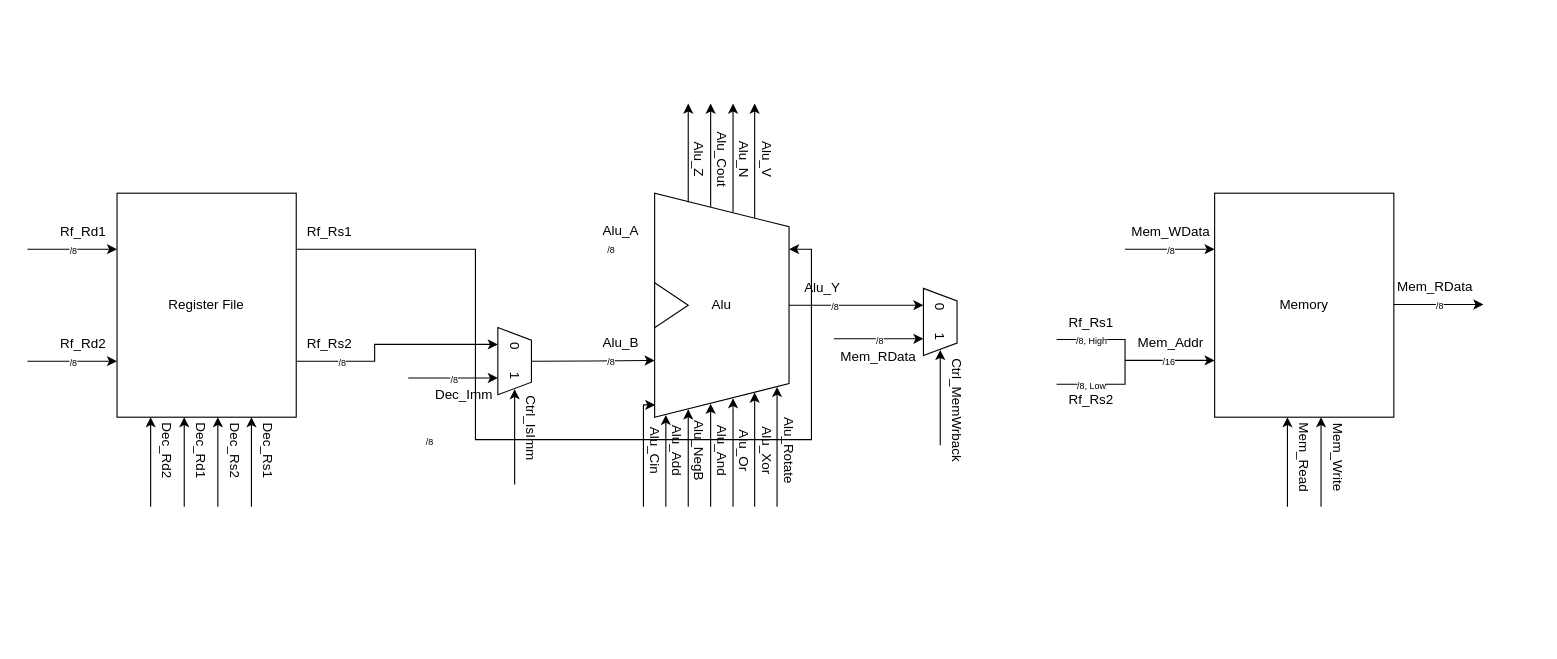
This is docs/block/MISA-Block-Diagram.drawio from JonathanUhler/MISA, a draw.io file, before an edit. Source tidied: cells renumbered, new cells numbered last; positions are measured from the earlier drawing's top-left corner, leaving out a move shared by most shapes. Both pictures are drawn from the tidied source at 112%, with x=0, y=0 at pixel (27, 103).
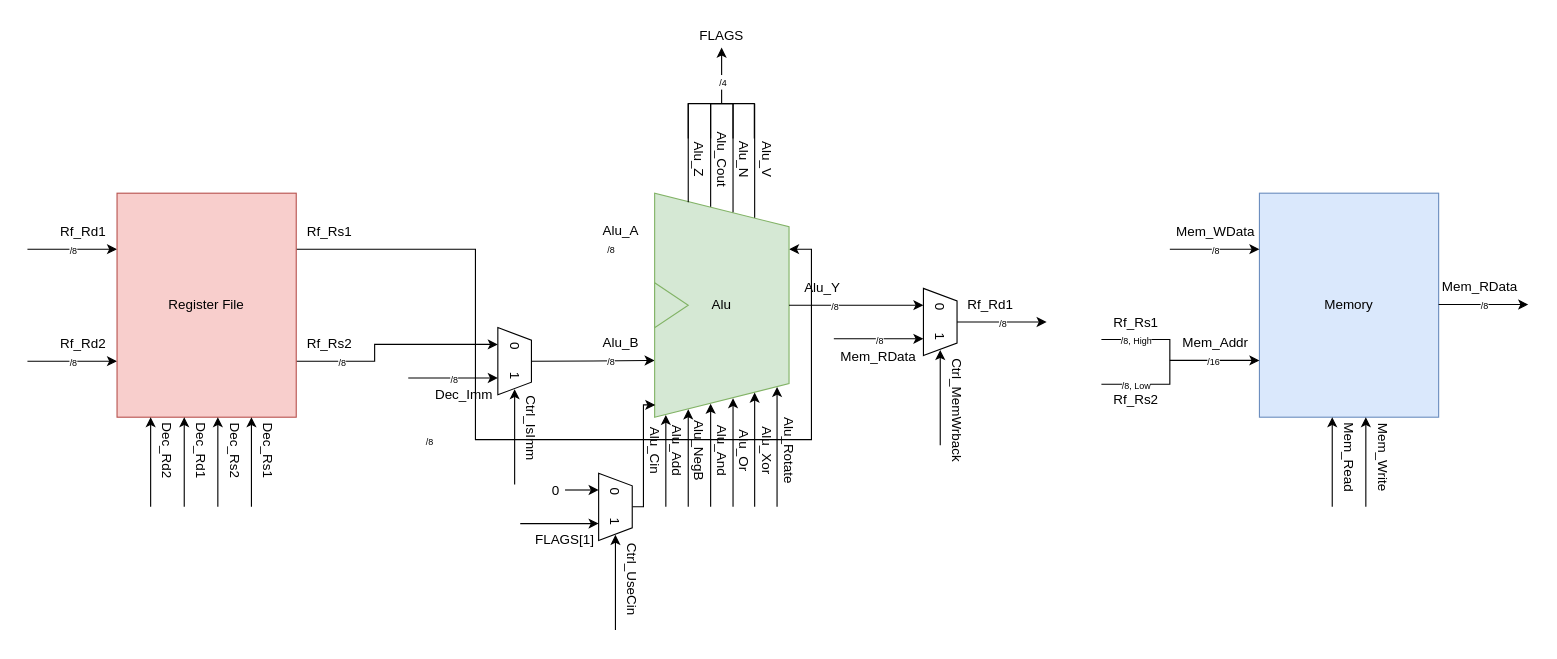
The same page after the edit.

Commit message:
work on arch diagram

The change refers to these unchanged cells:
```xml
<mxCell id="28" style="group;" parent="1" vertex="1">
  <mxGeometry x="560" y="80" width="120" height="200" as="geometry" />
</mxCell>
```

What changed in the source:
```diff
@@
-    <mxCell id="7" value="Register File" style="rounded=0;whiteSpace=wrap;html=1;" parent="1" vertex="1">
+    <mxCell id="7" value="Register File" style="rounded=0;whiteSpace=wrap;html=1;fillColor=#f8cecc;strokeColor=#b85450;" parent="1" vertex="1">
       <mxGeometry x="80" y="80" width="160" height="200" as="geometry" />
     </mxCell>
@@
-    <mxCell id="29" style="verticalLabelPosition=middle;verticalAlign=middle;html=1;shape=trapezoid;perimeter=trapezoidPerimeter;whiteSpace=wrap;size=0.15000000000000002;arcSize=10;flipV=1;labelPosition=center;align=center;legacyAnchorPoints=0;rotation=-90;strokeWidth=1;" parent="28" vertex="1">
+    <mxCell id="29" style="verticalLabelPosition=middle;verticalAlign=middle;html=1;shape=trapezoid;perimeter=trapezoidPerimeter;whiteSpace=wrap;size=0.15000000000000002;arcSize=10;flipV=1;labelPosition=center;align=center;legacyAnchorPoints=0;rotation=-90;strokeWidth=1;fillColor=#d5e8d4;strokeColor=#82b366;" parent="28" vertex="1">
       <mxGeometry x="-40" y="40" width="200" height="120" as="geometry" />
     </mxCell>
-    <mxCell id="30" style="triangle;whiteSpace=wrap;html=1;rotation=0;strokeWidth=1;" parent="28" vertex="1">
+    <mxCell id="30" style="triangle;whiteSpace=wrap;html=1;rotation=0;strokeWidth=1;fillColor=#d5e8d4;strokeColor=#82b366;" parent="28" vertex="1">
       <mxGeometry y="80" width="30" height="40" as="geometry" />
     </mxCell>
@@
-    <mxCell id="37" style="edgeStyle=orthogonalEdgeStyle;rounded=0;orthogonalLoop=1;jettySize=auto;html=1;exitX=0.25;exitY=1;exitDx=0;exitDy=0;startArrow=classic;startFill=1;endArrow=none;endFill=0;" parent="1" edge="1">
+    <mxCell id="37" style="edgeStyle=orthogonalEdgeStyle;rounded=0;jettySize=auto;html=1;exitX=0.25;exitY=1;exitDx=0;exitDy=0;startArrow=classic;startFill=1;endArrow=none;endFill=0;entryX=0.5;entryY=0;entryDx=0;entryDy=0;" parent="1" edge="1" target="101">
       <mxGeometry relative="1" as="geometry">
         <mxPoint x="560.6" y="269" as="sourcePoint" />
-        <mxPoint x="550" y="360" as="targetPoint" />
         <Array as="points">
           <mxPoint x="550" y="269" />
+          <mxPoint x="550" y="360" />
         </Array>
       </mxGeometry>
     </mxCell>
@@
-    <mxCell id="49" value="Memory" style="rounded=0;whiteSpace=wrap;html=1;" parent="1" vertex="1">
-      <mxGeometry x="1060" y="80" width="160" height="200" as="geometry" />
+    <mxCell id="49" value="Memory" style="rounded=0;whiteSpace=wrap;html=1;fillColor=#dae8fc;strokeColor=#6c8ebf;" parent="1" vertex="1">
+      <mxGeometry x="1100" y="80" width="160" height="200" as="geometry" />
     </mxCell>
     <mxCell id="50" style="edgeStyle=orthogonalEdgeStyle;rounded=0;orthogonalLoop=1;jettySize=auto;html=1;exitX=0;exitY=0.75;exitDx=0;exitDy=0;endArrow=none;endFill=0;startArrow=classic;startFill=1;" parent="1" edge="1">
       <mxGeometry relative="1" as="geometry">
-        <mxPoint x="1060" y="130" as="sourcePoint" />
-        <mxPoint x="980" y="130" as="targetPoint" />
+        <mxPoint x="1100" y="130" as="sourcePoint" />
+        <mxPoint x="1020" y="130" as="targetPoint" />
       </mxGeometry>
     </mxCell>
     <mxCell id="51" value="Mem_WData" style="text;html=1;whiteSpace=wrap;strokeColor=none;fillColor=none;align=center;verticalAlign=middle;rounded=0;" parent="1" vertex="1">
-      <mxGeometry x="991" y="100" width="60" height="30" as="geometry" />
+      <mxGeometry x="1031" y="100" width="60" height="30" as="geometry" />
     </mxCell>
     <mxCell id="52" value="&lt;font style=&quot;font-size: 8px;&quot;&gt;/8&lt;/font&gt;" style="edgeLabel;html=1;align=center;verticalAlign=middle;" parent="1" vertex="1">
-      <mxGeometry x="1020.6" y="130" as="geometry" />
+      <mxGeometry x="1060.6" y="130" as="geometry" />
     </mxCell>
     <mxCell id="53" style="edgeStyle=orthogonalEdgeStyle;rounded=0;orthogonalLoop=1;jettySize=auto;html=1;exitX=0;exitY=0.75;exitDx=0;exitDy=0;endArrow=none;endFill=0;startArrow=classic;startFill=1;" parent="1" edge="1">
       <mxGeometry relative="1" as="geometry">
-        <mxPoint x="1060" y="229.3" as="sourcePoint" />
-        <mxPoint x="980" y="229.3" as="targetPoint" />
+        <mxPoint x="1100" y="229.3" as="sourcePoint" />
+        <mxPoint x="1020" y="229.3" as="targetPoint" />
       </mxGeometry>
     </mxCell>
     <mxCell id="54" value="Mem_Addr" style="text;html=1;whiteSpace=wrap;strokeColor=none;fillColor=none;align=center;verticalAlign=middle;rounded=0;" parent="1" vertex="1">
-      <mxGeometry x="991" y="199.3" width="60" height="30" as="geometry" />
+      <mxGeometry x="1031" y="199.3" width="60" height="30" as="geometry" />
     </mxCell>
     <mxCell id="55" value="&lt;font style=&quot;font-size: 8px;&quot;&gt;/16&lt;/font&gt;" style="edgeLabel;html=1;align=center;verticalAlign=middle;" parent="1" vertex="1">
-      <mxGeometry x="1020.6" y="234.3" as="geometry">
+      <mxGeometry x="1060.6" y="234.3" as="geometry">
         <mxPoint x="-2" y="-5" as="offset" />
       </mxGeometry>
     </mxCell>
     <mxCell id="56" style="edgeStyle=orthogonalEdgeStyle;rounded=0;orthogonalLoop=1;jettySize=auto;html=1;exitX=0;exitY=0.75;exitDx=0;exitDy=0;endArrow=none;endFill=0;startArrow=classic;startFill=1;" parent="1" edge="1">
       <mxGeometry relative="1" as="geometry">
-        <mxPoint x="1300" y="179.4" as="sourcePoint" />
-        <mxPoint x="1220" y="179.4" as="targetPoint" />
+        <mxPoint x="1340" y="179.4" as="sourcePoint" />
+        <mxPoint x="1260" y="179.4" as="targetPoint" />
       </mxGeometry>
     </mxCell>
     <mxCell id="57" value="Mem_RData" style="text;html=1;whiteSpace=wrap;strokeColor=none;fillColor=none;align=center;verticalAlign=middle;rounded=0;" parent="1" vertex="1">
-      <mxGeometry x="1227" y="149.4" width="60" height="30" as="geometry" />
+      <mxGeometry x="1267" y="149.4" width="60" height="30" as="geometry" />
     </mxCell>
     <mxCell id="58" value="&lt;font style=&quot;font-size: 8px;&quot;&gt;/8&lt;/font&gt;" style="edgeLabel;html=1;align=center;verticalAlign=middle;" parent="1" vertex="1">
-      <mxGeometry x="1260.6" y="179.4" as="geometry" />
+      <mxGeometry x="1300.6" y="179.4" as="geometry" />
     </mxCell>
     <mxCell id="59" style="endArrow=classic;html=1;rounded=0;" parent="1" edge="1">
       <mxGeometry relative="1" as="geometry">
-        <mxPoint x="1125" y="360" as="sourcePoint" />
-        <mxPoint x="1125" y="280" as="targetPoint" />
+        <mxPoint x="1165" y="360" as="sourcePoint" />
+        <mxPoint x="1165" y="280" as="targetPoint" />
       </mxGeometry>
     </mxCell>
     <mxCell id="60" value="Mem_Read" style="text;html=1;whiteSpace=wrap;strokeColor=none;fillColor=none;align=center;verticalAlign=middle;rounded=0;rotation=90;" parent="1" vertex="1">
-      <mxGeometry x="1110" y="301" width="60" height="30" as="geometry" />
+      <mxGeometry x="1150" y="301" width="60" height="30" as="geometry" />
     </mxCell>
     <mxCell id="61" style="endArrow=classic;html=1;rounded=0;" parent="1" edge="1">
       <mxGeometry relative="1" as="geometry">
-        <mxPoint x="1155" y="360" as="sourcePoint" />
-        <mxPoint x="1155" y="280" as="targetPoint" />
+        <mxPoint x="1195" y="360" as="sourcePoint" />
+        <mxPoint x="1195" y="280" as="targetPoint" />
       </mxGeometry>
     </mxCell>
     <mxCell id="62" value="Mem_Write" style="text;html=1;whiteSpace=wrap;strokeColor=none;fillColor=none;align=center;verticalAlign=middle;rounded=0;rotation=90;" parent="1" vertex="1">
-      <mxGeometry x="1140" y="301" width="60" height="30" as="geometry" />
+      <mxGeometry x="1180" y="301" width="60" height="30" as="geometry" />
     </mxCell>
@@
-    <mxCell id="66" style="endArrow=classic;html=1;rounded=0;" parent="1" edge="1">
+    <mxCell id="66" style="endArrow=none;html=1;rounded=0;endFill=0;" parent="1" edge="1">
       <mxGeometry relative="1" as="geometry">
         <mxPoint x="590" y="88" as="sourcePoint" />
         <mxPoint x="590" as="targetPoint" />
       </mxGeometry>
     </mxCell>
-    <mxCell id="67" style="endArrow=classic;html=1;rounded=0;" parent="1" edge="1">
+    <mxCell id="67" style="endArrow=none;html=1;rounded=0;endFill=0;" parent="1" edge="1">
       <mxGeometry relative="1" as="geometry">
         <mxPoint x="610" y="92" as="sourcePoint" />
         <mxPoint x="610" as="targetPoint" />
       </mxGeometry>
     </mxCell>
-    <mxCell id="68" style="endArrow=classic;html=1;rounded=0;" parent="1" edge="1">
+    <mxCell id="68" style="endArrow=none;html=1;rounded=0;endFill=0;" parent="1" edge="1">
       <mxGeometry relative="1" as="geometry">
         <mxPoint x="630" y="97" as="sourcePoint" />
         <mxPoint x="630" as="targetPoint" />
       </mxGeometry>
     </mxCell>
-    <mxCell id="69" style="endArrow=classic;html=1;rounded=0;" parent="1" edge="1">
+    <mxCell id="69" style="endArrow=none;html=1;rounded=0;endFill=0;" parent="1" edge="1">
       <mxGeometry relative="1" as="geometry">
         <mxPoint x="649.3" y="102" as="sourcePoint" />
         <mxPoint x="649.3" as="targetPoint" />
       </mxGeometry>
     </mxCell>
@@
-    <mxCell id="74" style="group;" parent="1" vertex="1">
-      <mxGeometry x="420" y="200" width="30" height="140" as="geometry" />
-    </mxCell>
-    <mxCell id="75" style="endArrow=classic;html=1;rounded=0;" parent="74" edge="1">
-      <mxGeometry relative="1" as="geometry">
-        <mxPoint x="15" y="140" as="sourcePoint" />
-        <mxPoint x="15" y="55" as="targetPoint" />
-      </mxGeometry>
-    </mxCell>
-    <mxCell id="76" style="group;" parent="74" vertex="1">
-      <mxGeometry width="30" height="60" as="geometry" />
-    </mxCell>
-    <mxCell id="77" style="verticalLabelPosition=middle;verticalAlign=middle;html=1;shape=trapezoid;perimeter=trapezoidPerimeter;whiteSpace=wrap;size=0.18749999999999858;arcSize=10;flipV=1;labelPosition=center;align=center;legacyAnchorPoints=0;rotation=-90;" parent="76" vertex="1">
-      <mxGeometry x="-15" y="15" width="60" height="30" as="geometry" />
-    </mxCell>
-    <mxCell id="78" value="0&lt;span style=&quot;white-space: pre;&quot;&gt;&#9;&lt;/span&gt;1" style="text;html=1;whiteSpace=wrap;strokeColor=none;fillColor=none;align=center;verticalAlign=middle;rounded=0;rotation=90;" parent="76" vertex="1">
-      <mxGeometry x="-15" y="15" width="60" height="30" as="geometry" />
-    </mxCell>
     <mxCell id="79" style="group;" parent="1" vertex="1">
-      <mxGeometry x="800" y="165" width="80" height="140" as="geometry" />
+      <mxGeometry x="800" y="165" width="110" height="140" as="geometry" />
     </mxCell>
@@
+    <mxCell id="94" style="edgeStyle=orthogonalEdgeStyle;rounded=0;orthogonalLoop=1;jettySize=auto;html=1;exitX=0;exitY=0.25;exitDx=0;exitDy=0;startArrow=classic;startFill=1;endArrow=none;endFill=0;" parent="79" edge="1">
+      <mxGeometry relative="1" as="geometry">
+        <mxPoint x="110" y="30" as="sourcePoint" />
+        <mxPoint x="30" y="30" as="targetPoint" />
+      </mxGeometry>
+    </mxCell>
+    <mxCell id="95" value="Rf_Rd1" style="text;html=1;whiteSpace=wrap;strokeColor=none;fillColor=none;align=center;verticalAlign=middle;rounded=0;" parent="79" vertex="1">
+      <mxGeometry x="30" width="60" height="30" as="geometry" />
+    </mxCell>
+    <mxCell id="96" value="&lt;font style=&quot;font-size: 8px;&quot;&gt;/8&lt;/font&gt;" style="edgeLabel;html=1;align=center;verticalAlign=middle;" parent="79" vertex="1">
+      <mxGeometry x="70" y="30" as="geometry" />
+    </mxCell>
@@
     <mxCell id="89" style="shape=partialRectangle;whiteSpace=wrap;html=1;bottom=1;right=1;left=1;top=0;fillColor=none;routingCenterX=-0.5;rotation=-90;" parent="1" vertex="1">
-      <mxGeometry x="929.7" y="200.3" width="40" height="60.6" as="geometry" />
+      <mxGeometry x="969.7" y="200.3" width="40" height="60.6" as="geometry" />
     </mxCell>
     <mxCell id="90" value="Rf_Rs1" style="text;html=1;whiteSpace=wrap;strokeColor=none;fillColor=none;align=center;verticalAlign=middle;rounded=0;" parent="1" vertex="1">
-      <mxGeometry x="920" y="180.6" width="60" height="30" as="geometry" />
+      <mxGeometry x="960" y="180.6" width="60" height="30" as="geometry" />
     </mxCell>
     <mxCell id="91" value="Rf_Rs2" style="text;html=1;whiteSpace=wrap;strokeColor=none;fillColor=none;align=center;verticalAlign=middle;rounded=0;" parent="1" vertex="1">
-      <mxGeometry x="920" y="250" width="60" height="30" as="geometry" />
+      <mxGeometry x="960" y="250" width="60" height="30" as="geometry" />
     </mxCell>
     <mxCell id="92" value="&lt;font style=&quot;font-size: 8px;&quot;&gt;/8, High&lt;/font&gt;" style="edgeLabel;html=1;align=center;verticalAlign=middle;" parent="1" vertex="1">
-      <mxGeometry x="949.7" y="210" as="geometry" />
+      <mxGeometry x="989.7" y="210" as="geometry" />
     </mxCell>
     <mxCell id="93" value="&lt;font style=&quot;font-size: 8px;&quot;&gt;/8, Low&lt;/font&gt;" style="edgeLabel;html=1;align=center;verticalAlign=middle;" parent="1" vertex="1">
-      <mxGeometry x="949.7" y="250" as="geometry" />
+      <mxGeometry x="989.7" y="250" as="geometry" />
     </mxCell>
+    <mxCell id="97" style="group;" parent="1" vertex="1">
+      <mxGeometry x="510" y="330" width="65" height="140" as="geometry" />
+    </mxCell>
+    <mxCell id="98" style="endArrow=classic;html=1;rounded=0;" parent="97" edge="1">
+      <mxGeometry relative="1" as="geometry">
+        <mxPoint x="15" y="140" as="sourcePoint" />
+        <mxPoint x="15" y="55" as="targetPoint" />
+      </mxGeometry>
+    </mxCell>
+    <mxCell id="99" style="group;" parent="97" vertex="1">
+      <mxGeometry width="30" height="60" as="geometry" />
+    </mxCell>
+    <mxCell id="100" style="verticalLabelPosition=middle;verticalAlign=middle;html=1;shape=trapezoid;perimeter=trapezoidPerimeter;whiteSpace=wrap;size=0.18749999999999858;arcSize=10;flipV=1;labelPosition=center;align=center;legacyAnchorPoints=0;rotation=-90;" parent="99" vertex="1">
+      <mxGeometry x="-15" y="15" width="60" height="30" as="geometry" />
+    </mxCell>
+    <mxCell id="101" value="0&lt;span style=&quot;white-space: pre;&quot;&gt;&#9;&lt;/span&gt;1" style="text;html=1;whiteSpace=wrap;strokeColor=none;fillColor=none;align=center;verticalAlign=middle;rounded=0;rotation=90;" parent="99" vertex="1">
+      <mxGeometry x="-15" y="15" width="60" height="30" as="geometry" />
+    </mxCell>
+    <mxCell id="102" value="Ctrl_UseCin" style="text;html=1;whiteSpace=wrap;strokeColor=none;fillColor=none;align=center;verticalAlign=middle;rounded=0;rotation=90;" parent="97" vertex="1">
+      <mxGeometry x="-5" y="80" width="70" height="30" as="geometry" />
+    </mxCell>
+    <mxCell id="103" value="FLAGS[1]" style="text;html=1;whiteSpace=wrap;strokeColor=none;fillColor=none;align=center;verticalAlign=middle;rounded=0;" parent="1" vertex="1">
+      <mxGeometry x="450" y="375" width="60" height="30" as="geometry" />
+    </mxCell>
+    <mxCell id="75" style="endArrow=classic;html=1;rounded=0;" parent="1" edge="1">
+      <mxGeometry relative="1" as="geometry">
+        <mxPoint x="435" y="340" as="sourcePoint" />
+        <mxPoint x="435" y="255" as="targetPoint" />
+      </mxGeometry>
+    </mxCell>
+    <mxCell id="76" style="group;" parent="1" vertex="1">
+      <mxGeometry x="420" y="200" width="30" height="60" as="geometry" />
+    </mxCell>
+    <mxCell id="77" style="verticalLabelPosition=middle;verticalAlign=middle;html=1;shape=trapezoid;perimeter=trapezoidPerimeter;whiteSpace=wrap;size=0.18749999999999858;arcSize=10;flipV=1;labelPosition=center;align=center;legacyAnchorPoints=0;rotation=-90;" parent="76" vertex="1">
+      <mxGeometry x="-15" y="15" width="60" height="30" as="geometry" />
+    </mxCell>
+    <mxCell id="78" value="0&lt;span style=&quot;white-space: pre;&quot;&gt;&#9;&lt;/span&gt;1" style="text;html=1;whiteSpace=wrap;strokeColor=none;fillColor=none;align=center;verticalAlign=middle;rounded=0;rotation=90;" parent="76" vertex="1">
+      <mxGeometry x="-15" y="15" width="60" height="30" as="geometry" />
+    </mxCell>
+    <mxCell id="104" style="edgeStyle=orthogonalEdgeStyle;rounded=0;orthogonalLoop=1;jettySize=auto;html=1;exitX=0.25;exitY=1;exitDx=0;exitDy=0;startArrow=classic;startFill=1;endArrow=none;endFill=0;" parent="1" edge="1">
+      <mxGeometry relative="1" as="geometry">
+        <mxPoint x="510" y="345" as="sourcePoint" />
+        <mxPoint x="480" y="345" as="targetPoint" />
+      </mxGeometry>
+    </mxCell>
+    <mxCell id="105" style="edgeStyle=orthogonalEdgeStyle;rounded=0;orthogonalLoop=1;jettySize=auto;html=1;exitX=0;exitY=0.75;exitDx=0;exitDy=0;endArrow=none;endFill=0;startArrow=classic;startFill=1;" parent="1" edge="1">
+      <mxGeometry relative="1" as="geometry">
+        <mxPoint x="510" y="375" as="sourcePoint" />
+        <mxPoint x="440" y="375" as="targetPoint" />
+      </mxGeometry>
+    </mxCell>
+    <mxCell id="106" value="0" style="text;html=1;whiteSpace=wrap;strokeColor=none;fillColor=none;align=center;verticalAlign=middle;rounded=0;" parent="1" vertex="1">
+      <mxGeometry x="462" y="331" width="20" height="30" as="geometry" />
+    </mxCell>
+    <mxCell id="107" style="shape=partialRectangle;whiteSpace=wrap;html=1;bottom=1;right=1;left=1;top=0;fillColor=none;routingCenterX=-0.5;rotation=-180;" parent="1" vertex="1">
+      <mxGeometry x="590" width="40" height="30.6" as="geometry" />
+    </mxCell>
+    <mxCell id="108" style="shape=partialRectangle;whiteSpace=wrap;html=1;bottom=1;right=1;left=1;top=0;fillColor=none;routingCenterX=-0.5;rotation=-180;" parent="1" vertex="1">
+      <mxGeometry x="610" width="39" height="30.6" as="geometry" />
+    </mxCell>
+    <mxCell id="109" style="endArrow=classic;html=1;rounded=0;" parent="1" edge="1">
+      <mxGeometry relative="1" as="geometry">
+        <mxPoint x="619.8" as="sourcePoint" />
+        <mxPoint x="619.8" y="-50" as="targetPoint" />
+      </mxGeometry>
+    </mxCell>
+    <mxCell id="110" value="&lt;font style=&quot;font-size: 8px;&quot;&gt;/4&lt;/font&gt;" style="edgeLabel;html=1;align=center;verticalAlign=middle;" parent="1" vertex="1">
+      <mxGeometry x="620" y="-20" as="geometry" />
+    </mxCell>
+    <mxCell id="111" value="FLAGS" style="text;html=1;whiteSpace=wrap;strokeColor=none;fillColor=none;align=center;verticalAlign=middle;rounded=0;" parent="1" vertex="1">
+      <mxGeometry x="590" y="-75" width="60" height="30" as="geometry" />
+    </mxCell>
```
